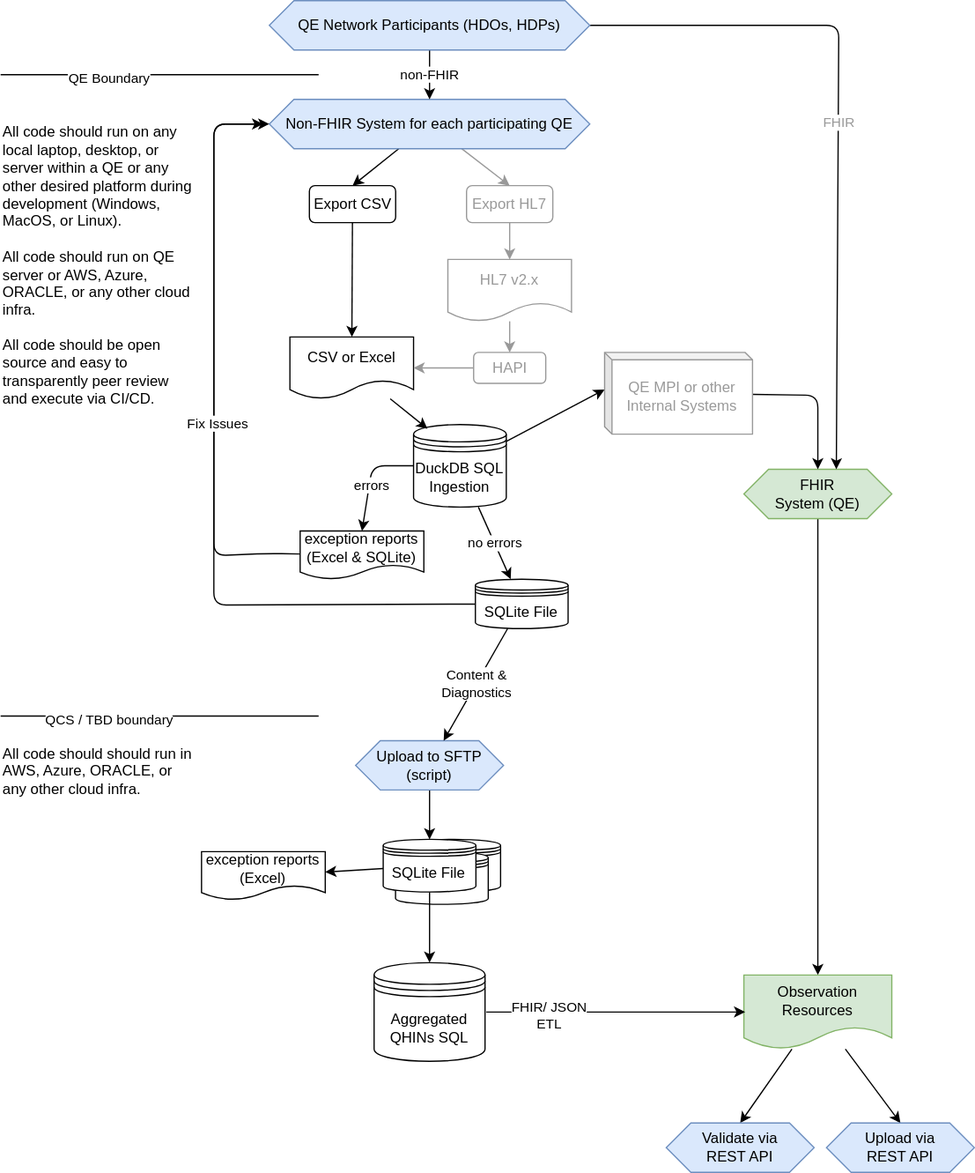
The draw.io diagram support/docs/architecture.drawio.svg in qe-collaborative-services/1115-hub, before a commit. Source tidied: cells renumbered, new cells last; positions are measured from the earlier drawing's top-left corner, leaving out a move shared by most shapes.
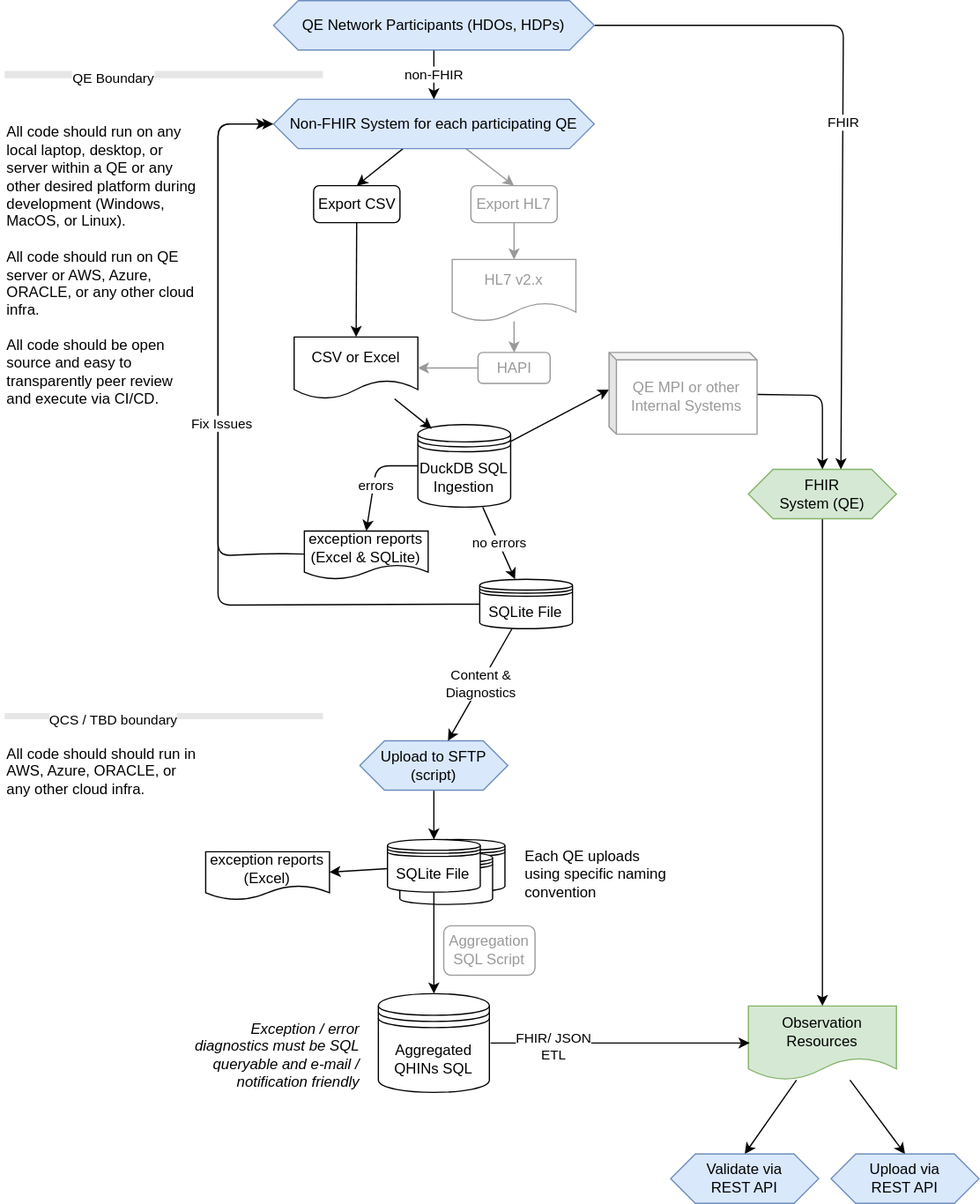
The same file after the commit.

Commit message:
docs: elaborate technology strategy

The edit, as a diff of the source:
```diff
@@ -27,19 +27,19 @@
       <mxGeometry relative="1" as="geometry" />
     </mxCell>
     <mxCell id="10" value="Observation Resources" style="shape=document;whiteSpace=wrap;html=1;boundedLbl=1;fillColor=#d5e8d4;strokeColor=#82b366;" parent="1" vertex="1">
-      <mxGeometry x="603" y="790" width="120" height="60" as="geometry" />
+      <mxGeometry x="603" y="815" width="120" height="60" as="geometry" />
     </mxCell>
     <mxCell id="11" style="edgeStyle=none;html=1;entryX=0;entryY=0.5;entryDx=0;entryDy=0;fontColor=#000000;" parent="1" edge="1">
       <mxGeometry relative="1" as="geometry">
-        <mxPoint x="394" y="820" as="sourcePoint" />
-        <mxPoint x="604" y="820" as="targetPoint" />
+        <mxPoint x="394" y="845" as="sourcePoint" />
+        <mxPoint x="604" y="845" as="targetPoint" />
       </mxGeometry>
     </mxCell>
     <mxCell id="12" value="FHIR/ JSON&lt;br&gt;ETL" style="edgeLabel;html=1;align=center;verticalAlign=middle;fontColor=#000000;" parent="11" vertex="1">
       <mxGeometry x="-0.53" y="-2" relative="1" as="geometry" />
     </mxCell>
     <mxCell id="13" value="Aggregated QHINs SQL" style="shape=datastore;whiteSpace=wrap;html=1;" parent="1" vertex="1">
-      <mxGeometry x="303" y="780" width="90" height="80" as="geometry" />
+      <mxGeometry x="303" y="805" width="90" height="80" as="geometry" />
     </mxCell>
     <mxCell id="14" style="edgeStyle=none;html=1;fontColor=#999999;" parent="1" edge="1" source="15" target="21">
       <mxGeometry relative="1" as="geometry" />
@@ -60,7 +60,7 @@
       <mxGeometry x="288" y="600" width="120" height="40" as="geometry" />
     </mxCell>
     <mxCell id="20" value="Validate via&lt;br&gt;REST API" style="shape=hexagon;perimeter=hexagonPerimeter2;whiteSpace=wrap;html=1;fixedSize=1;fillColor=#dae8fc;strokeColor=#6c8ebf;" parent="1" vertex="1">
-      <mxGeometry x="540" y="910" width="120" height="40" as="geometry" />
+      <mxGeometry x="540" y="935" width="120" height="40" as="geometry" />
     </mxCell>
     <mxCell id="21" value="CSV or Excel" style="shape=document;whiteSpace=wrap;html=1;boundedLbl=1;" parent="1" vertex="1">
       <mxGeometry x="234.7" y="272.7" width="100.3" height="50.1" as="geometry" />
@@ -149,7 +149,7 @@
     <mxCell id="43" value="non-FHIR" style="edgeStyle=none;html=1;fontColor=#000000;" parent="1" edge="1" source="45" target="5">
       <mxGeometry relative="1" as="geometry" />
     </mxCell>
-    <mxCell id="44" value="FHIR" style="edgeStyle=none;html=1;entryX=0.625;entryY=0;entryDx=0;entryDy=0;strokeColor=#000000;fontColor=#999999;" parent="1" edge="1" source="45" target="7">
+    <mxCell id="44" value="FHIR" style="edgeStyle=none;html=1;entryX=0.625;entryY=0;entryDx=0;entryDy=0;strokeColor=#000000;fontColor=#000000;" parent="1" edge="1" source="45" target="7">
       <mxGeometry relative="1" as="geometry">
         <Array as="points">
           <mxPoint x="680" y="20" />
@@ -159,7 +159,7 @@
     <mxCell id="45" value="QE Network Participants (HDOs, HDPs)" style="shape=hexagon;perimeter=hexagonPerimeter2;whiteSpace=wrap;html=1;fixedSize=1;fillColor=#dae8fc;strokeColor=#6c8ebf;" parent="1" vertex="1">
       <mxGeometry x="218" width="260" height="40" as="geometry" />
     </mxCell>
-    <mxCell id="46" style="endArrow=none;html=1;fontColor=#000000;" parent="1" edge="1">
+    <mxCell id="46" style="endArrow=none;html=1;fontColor=#000000;strokeWidth=6;fillColor=#f5f5f5;strokeColor=#E6E6E6;" parent="1" edge="1">
       <mxGeometry relative="1" as="geometry">
         <mxPoint y="60" as="sourcePoint" />
         <mxPoint x="258" y="60" as="targetPoint" />
@@ -168,7 +168,7 @@
     <mxCell id="47" value="QE Boundary" style="edgeLabel;html=1;align=center;verticalAlign=middle;fontColor=#000000;" parent="46" vertex="1">
       <mxGeometry x="-0.33" y="-2" relative="1" as="geometry" />
     </mxCell>
-    <mxCell id="48" style="endArrow=none;html=1;fontColor=#000000;" parent="1" edge="1">
+    <mxCell id="48" style="endArrow=none;html=1;fontColor=#000000;strokeWidth=5;fillColor=#dae8fc;strokeColor=#E6E6E6;" parent="1" edge="1">
       <mxGeometry relative="1" as="geometry">
         <mxPoint y="580" as="sourcePoint" />
         <mxPoint x="258" y="580" as="targetPoint" />
@@ -184,7 +184,7 @@
       <mxGeometry y="600" width="158" height="50" as="geometry" />
     </mxCell>
     <mxCell id="52" value="Upload via&lt;br&gt;REST API" style="shape=hexagon;perimeter=hexagonPerimeter2;whiteSpace=wrap;html=1;fixedSize=1;fillColor=#dae8fc;strokeColor=#6c8ebf;" parent="1" vertex="1">
-      <mxGeometry x="670" y="910" width="120" height="40" as="geometry" />
+      <mxGeometry x="670" y="935" width="120" height="40" as="geometry" />
     </mxCell>
     <mxCell id="53" style="edgeStyle=none;html=1;entryX=0.5;entryY=0;entryDx=0;entryDy=0;strokeColor=#000000;fontColor=#999999;" parent="1" edge="1" source="54" target="7">
       <mxGeometry relative="1" as="geometry">
@@ -196,5 +196,14 @@
     <mxCell id="54" value="QE MPI or other Internal Systems" style="shape=cube;whiteSpace=wrap;html=1;boundedLbl=1;backgroundOutline=1;darkOpacity=0.05;darkOpacity2=0.1;strokeColor=#999999;fontColor=#999999;size=6;" parent="1" vertex="1">
       <mxGeometry x="490" y="285.2" width="120" height="66.3" as="geometry" />
     </mxCell>
+    <mxCell id="55" value="&lt;span style=&quot;&quot;&gt;Exception / error diagnostics must be SQL queryable and e-mail / notification friendly&lt;/span&gt;" style="text;html=1;strokeColor=none;fillColor=none;align=right;verticalAlign=middle;whiteSpace=wrap;rounded=0;fontStyle=2;" parent="1" vertex="1">
+      <mxGeometry x="136.7" y="825" width="153" height="60" as="geometry" />
+    </mxCell>
+    <mxCell id="56" value="Each QE uploads using specific naming convention" style="text;html=1;strokeColor=none;fillColor=none;align=left;verticalAlign=middle;whiteSpace=wrap;rounded=0;" parent="1" vertex="1">
+      <mxGeometry x="420" y="692.7" width="120" height="30" as="geometry" />
+    </mxCell>
+    <mxCell id="57" value="Aggregation SQL Script" style="rounded=1;whiteSpace=wrap;html=1;fontColor=#999999;strokeColor=#999999;" parent="1" vertex="1">
+      <mxGeometry x="356" y="750" width="74" height="40" as="geometry" />
+    </mxCell>
   </root>
 </mxGraphModel>
```
